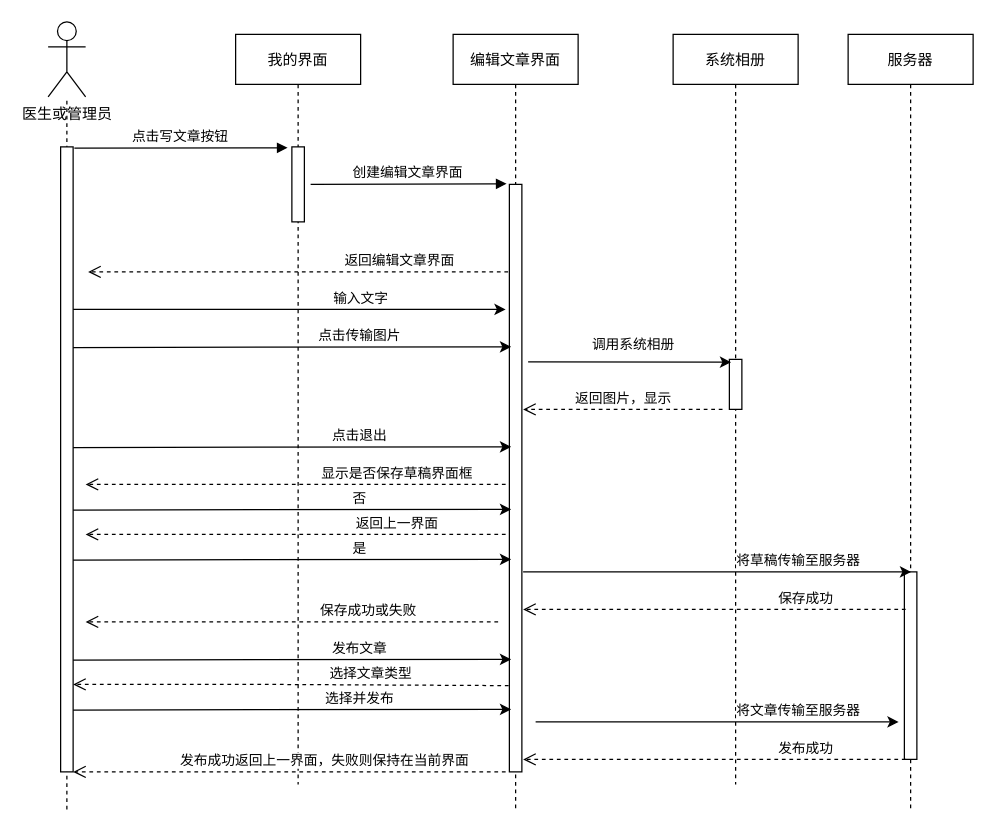
This is 编辑文章时序图.drawio from Darius-H/Diagram-Folder, a draw.io file, before an edit. Source tidied: cells renumbered, new cells numbered last; positions are measured from the earlier drawing's top-left corner, leaving out a move shared by most shapes. Both pictures are drawn from the tidied source at 125%, with x=0, y=0 at pixel (48, 21).
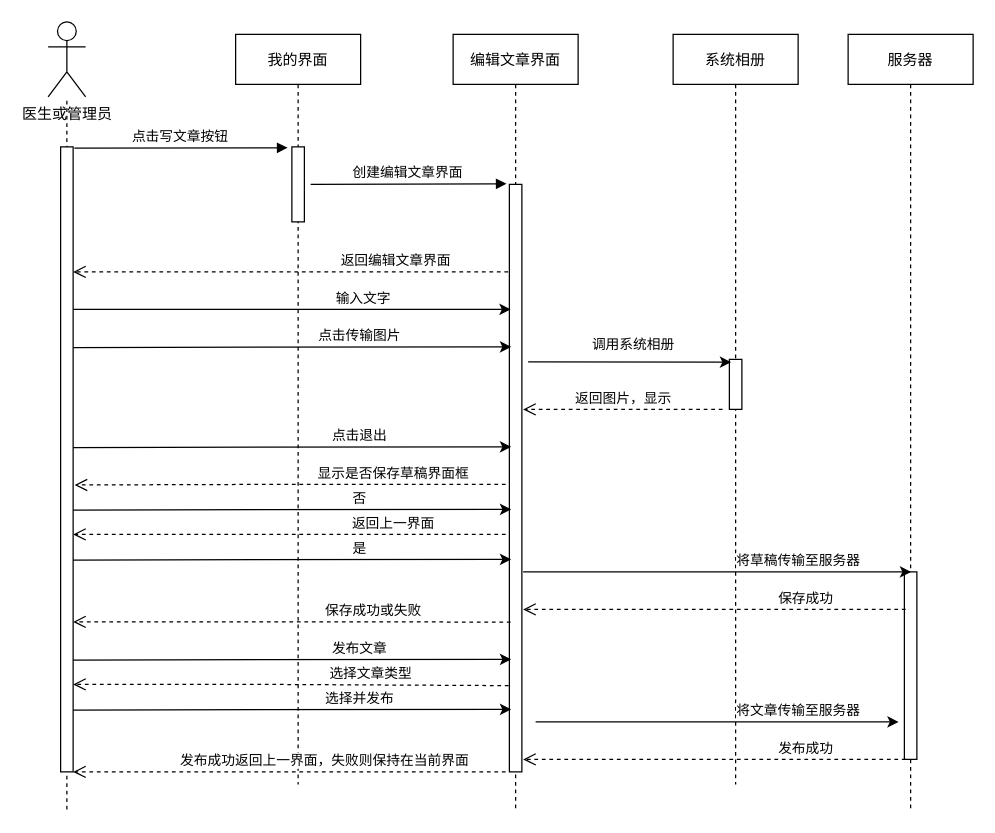
Above is the later version.

Commit message (it also covers changes not shown here):
Update 编辑文章时序图.drawio

Unchanged cells that the change refers to:
```xml
<mxCell id="2" value="我的界面" style="shape=umlLifeline;perimeter=lifelinePerimeter;rounded=0;shadow=0;strokeWidth=1;" parent="1" vertex="1">
  <mxGeometry x="150" y="10" width="100" height="600" as="geometry" />
</mxCell>
<mxCell id="9" style="html=1;points=[];perimeter=orthogonalPerimeter;fontFamily=Helvetica;" parent="1" vertex="1">
  <mxGeometry x="10" y="100" width="10" height="500" as="geometry" />
</mxCell>
<mxCell id="13" style="points=[];perimeter=orthogonalPerimeter;rounded=0;shadow=0;strokeWidth=1;" parent="12" vertex="1">
  <mxGeometry x="45" y="120" width="10" height="470" as="geometry" />
</mxCell>
```

The edit, as a diff of the source:
```diff
@@
-    <mxCell id="4" value="显示是否保存草稿界面框" style="html=1;verticalAlign=bottom;endArrow=open;dashed=1;endSize=8;fontFamily=Helvetica;" parent="2" edge="1">
+    <mxCell id="4" value="显示是否保存草稿界面框" style="html=1;verticalAlign=bottom;endArrow=open;dashed=1;endSize=8;fontFamily=Helvetica;entryX=1.12;entryY=0.541;entryDx=0;entryDy=0;entryPerimeter=0;" parent="2" edge="1" target="9">
       <mxGeometry x="-0.48" relative="1" as="geometry">
         <mxPoint x="216" y="360" as="sourcePoint" />
-        <mxPoint x="-120" y="360" as="targetPoint" />
         <Array as="points">
           <mxPoint x="30" y="360" />
         </Array>
       </mxGeometry>
     </mxCell>
@@
-    <mxCell id="11" value="返回编辑文章界面" style="html=1;verticalAlign=bottom;endArrow=open;dashed=1;endSize=8;fontFamily=Helvetica;" parent="1" edge="1">
+    <mxCell id="11" value="返回编辑文章界面" style="html=1;verticalAlign=bottom;endArrow=open;dashed=1;endSize=8;fontFamily=Helvetica;" parent="1" edge="1" target="9">
       <mxGeometry x="-0.48" relative="1" as="geometry">
         <mxPoint x="368" y="200" as="sourcePoint" />
-        <mxPoint x="32" y="200" as="targetPoint" />
         <Array as="points">
           <mxPoint x="182" y="200" />
         </Array>
       </mxGeometry>
     </mxCell>
@@
     <mxCell id="17" style="endArrow=classic;html=1;" parent="1" edge="1">
       <mxGeometry relative="1" as="geometry">
         <mxPoint x="20" y="230" as="sourcePoint" />
-        <mxPoint x="366" y="230" as="targetPoint" />
+        <mxPoint x="370" y="230" as="targetPoint" />
       </mxGeometry>
     </mxCell>
@@
-    <mxCell id="26" value="返回上一界面" style="html=1;verticalAlign=bottom;endArrow=open;dashed=1;endSize=8;fontFamily=Helvetica;" parent="1" edge="1">
+    <mxCell id="26" value="返回上一界面" style="html=1;verticalAlign=bottom;endArrow=open;dashed=1;endSize=8;fontFamily=Helvetica;" parent="1" edge="1" target="9">
       <mxGeometry x="-0.48" relative="1" as="geometry">
         <mxPoint x="366" y="410" as="sourcePoint" />
-        <mxPoint x="30" y="410" as="targetPoint" />
         <Array as="points">
           <mxPoint x="180" y="410" />
         </Array>
       </mxGeometry>
     </mxCell>
@@
-    <mxCell id="34" value="保存成功或失败" style="html=1;verticalAlign=bottom;endArrow=open;dashed=1;endSize=8;fontFamily=Helvetica;" parent="1" edge="1">
+    <mxCell id="34" value="保存成功或失败" style="html=1;verticalAlign=bottom;endArrow=open;dashed=1;endSize=8;fontFamily=Helvetica;entryX=1;entryY=0.76;entryDx=0;entryDy=0;entryPerimeter=0;exitX=0.1;exitY=0.745;exitDx=0;exitDy=0;exitPerimeter=0;" parent="1" edge="1" source="13" target="9">
       <mxGeometry x="-0.37" relative="1" as="geometry">
-        <mxPoint x="360" y="480" as="sourcePoint" />
-        <mxPoint x="30" y="480" as="targetPoint" />
         <Array as="points">
           <mxPoint x="210" y="480" />
         </Array>
       </mxGeometry>
     </mxCell>
```
